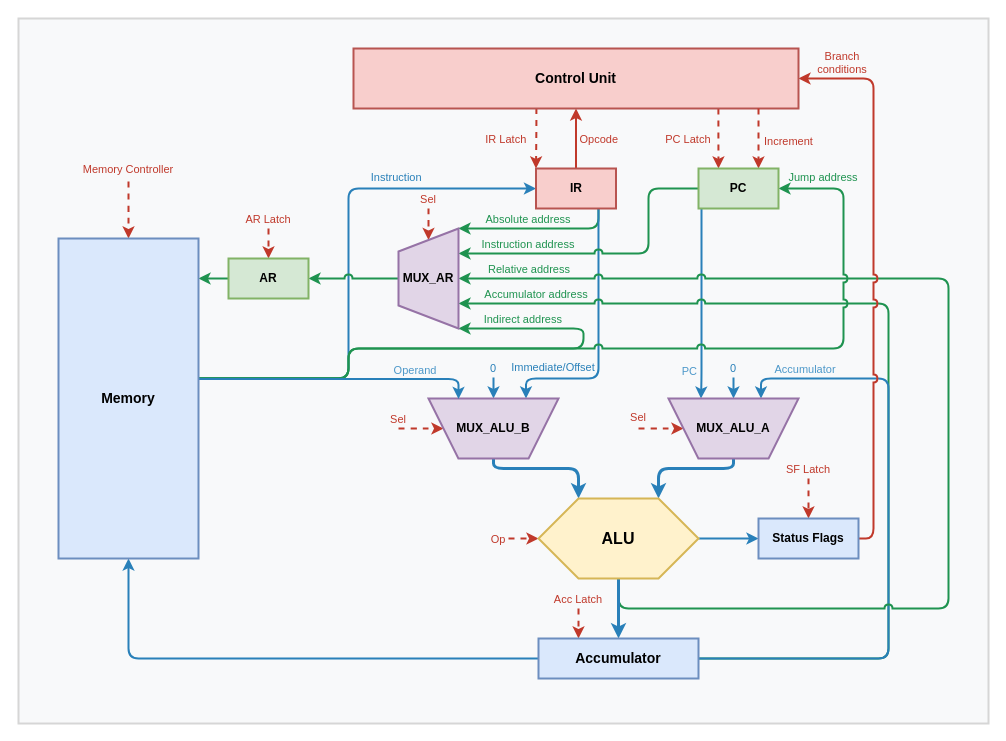
Above: src/csa-lab3-scheme.drawio in s4dnex/csa-lab3-scheme (draw.io), before the change. Source tidied: cells renumbered, new cells numbered last; positions are measured from the earlier drawing's top-left corner, leaving out a move shared by most shapes. Both pictures are drawn from the tidied source at 100%, with x=0, y=0 at pixel (18, 18).
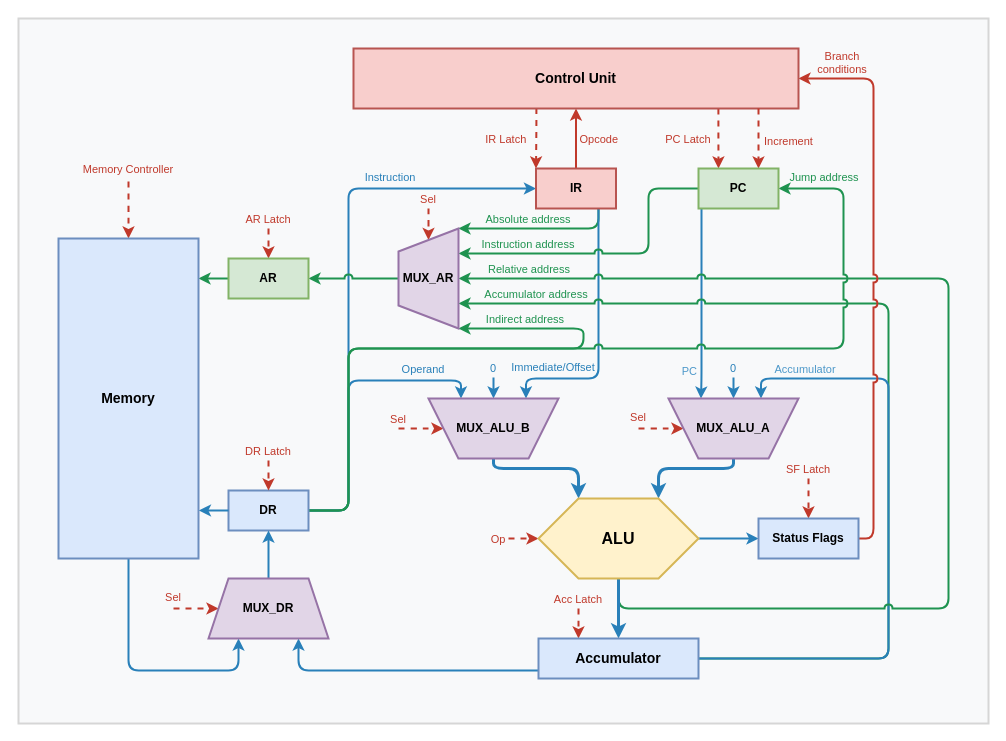
The same diagram, later.

Commit message (it also covers changes not shown here):
build: ♻️ restore data register

The change refers to these unchanged cells:
```xml
<mxCell id="34" value="Accumulator" style="whiteSpace=wrap;strokeWidth=2;fillColor=light-dark(#DAE8FC,#1D293B);strokeColor=#6C8EBF;fontColor=light-dark(#000000,#FFFFFF);fontStyle=1;fontSize=14;" parent="1" vertex="1">
  <mxGeometry x="520" y="620" width="160" height="40" as="geometry" />
</mxCell>
<mxCell id="38" value="&lt;span style=&quot;&quot;&gt;&lt;font style=&quot;color: light-dark(rgb(0, 0, 0), rgb(237, 237, 237));&quot;&gt;MUX_ALU_B&lt;/font&gt;&lt;/span&gt;" style="verticalLabelPosition=middle;verticalAlign=middle;html=1;shape=trapezoid;perimeter=trapezoidPerimeter;whiteSpace=wrap;size=0.23;arcSize=15;flipV=1;labelPosition=center;align=center;rounded=0;strokeColor=#9673a6;strokeWidth=2;fontFamily=Helvetica;fontSize=12;fontColor=light-dark(#000000,#EDEDED);fontStyle=1;fillColor=#e1d5e7;" parent="1" vertex="1">
  <mxGeometry x="410" y="380" width="130" height="60" as="geometry" />
</mxCell>
<mxCell id="44" value="Memory" style="whiteSpace=wrap;strokeWidth=2;fillColor=#DAE8FC;strokeColor=#6C8EBF;fontColor=#000000;fontStyle=1;fontSize=14;" parent="1" vertex="1">
  <mxGeometry x="40" y="220" width="140" height="320" as="geometry" />
</mxCell>
<mxCell id="45" value="PC" style="whiteSpace=wrap;strokeWidth=2;fillColor=#d5e8d4;strokeColor=#82b366;fontColor=#000000;fontStyle=1;" parent="1" vertex="1">
  <mxGeometry x="680" y="150" width="80" height="40" as="geometry" />
</mxCell>
<mxCell id="46" value="IR" style="whiteSpace=wrap;strokeWidth=2;fillColor=light-dark(#F8CECC,#512D2B);strokeColor=light-dark(#B85450,#D7817E);fontColor=light-dark(#000000,#FFFFFF);fontStyle=1;" parent="1" vertex="1">
  <mxGeometry x="517.5" y="150" width="80" height="40" as="geometry" />
</mxCell>
<mxCell id="47" value="MUX_AR" style="verticalLabelPosition=middle;verticalAlign=middle;html=1;shape=trapezoid;perimeter=trapezoidPerimeter;whiteSpace=wrap;size=0.23;arcSize=15;flipV=1;labelPosition=center;align=center;rounded=0;strokeColor=#9673a6;strokeWidth=2;fontFamily=Helvetica;fontSize=12;fontColor=default;fontStyle=1;fillColor=#e1d5e7;rotation=90;horizontal=0;" parent="1" vertex="1">
  <mxGeometry x="360" y="230" width="100" height="60" as="geometry" />
</mxCell>
```

Change to the diagram source:
```diff
@@
+    <mxCell id="48" value="Operand" style="edgeStyle=orthogonalEdgeStyle;rounded=1;strokeWidth=2;strokeColor=#2980b9;labelBackgroundColor=none;horizontal=1;labelPosition=center;verticalLabelPosition=top;align=center;verticalAlign=bottom;fontColor=#2980B9;spacing=4;exitX=1;exitY=0.5;exitDx=0;exitDy=0;entryX=0.25;entryY=0;entryDx=0;entryDy=0;" parent="1" edge="1" target="38">
+      <mxGeometry x="0.63" relative="1" as="geometry">
+        <mxPoint x="290" y="492" as="sourcePoint" />
+        <Array as="points">
+          <mxPoint x="330" y="492" />
+          <mxPoint x="330" y="362" />
+          <mxPoint x="442" y="362" />
+        </Array>
+      </mxGeometry>
+    </mxCell>
@@
-    <mxCell id="8" value="Instruction" style="edgeStyle=orthogonalEdgeStyle;rounded=1;strokeWidth=2;strokeColor=#2980b9;labelBackgroundColor=none;horizontal=1;labelPosition=center;verticalLabelPosition=top;align=center;verticalAlign=bottom;fontColor=#2980B9;spacing=4;exitX=1;exitY=0.437;exitDx=0;exitDy=0;exitPerimeter=0;" parent="1" edge="1" source="44" target="46">
+    <mxCell id="8" value="Instruction" style="edgeStyle=orthogonalEdgeStyle;rounded=1;strokeWidth=2;strokeColor=#2980b9;labelBackgroundColor=none;horizontal=1;labelPosition=center;verticalLabelPosition=top;align=center;verticalAlign=bottom;fontColor=#2980B9;spacing=4;exitX=1;exitY=0.5;exitDx=0;exitDy=0;" parent="1" edge="1" source="49" target="46">
       <mxGeometry x="0.47" relative="1" as="geometry">
         <Array as="points">
-          <mxPoint x="330" y="360" />
+          <mxPoint x="330" y="492" />
           <mxPoint x="330" y="170" />
         </Array>
       </mxGeometry>
     </mxCell>
@@
-    <mxCell id="14" value="Indirect address" style="edgeStyle=orthogonalEdgeStyle;rounded=1;strokeWidth=2;strokeColor=light-dark(#1F9350,#1F9350);labelBackgroundColor=none;verticalAlign=bottom;horizontal=1;labelPosition=center;verticalLabelPosition=top;align=center;fontColor=light-dark(#1F9350,#1F9350);spacing=4;jumpStyle=arc;entryX=1;entryY=0;entryDx=0;entryDy=0;exitX=1;exitY=0.437;exitDx=0;exitDy=0;exitPerimeter=0;" parent="1" edge="1" source="44" target="47">
+    <mxCell id="14" value="Indirect address" style="edgeStyle=orthogonalEdgeStyle;rounded=1;strokeWidth=2;strokeColor=light-dark(#1F9350,#1F9350);labelBackgroundColor=none;verticalAlign=bottom;horizontal=1;labelPosition=center;verticalLabelPosition=top;align=center;fontColor=light-dark(#1F9350,#1F9350);spacing=4;jumpStyle=arc;entryX=1;entryY=0;entryDx=0;entryDy=0;exitX=1;exitY=0.5;exitDx=0;exitDy=0;" parent="1" edge="1" source="49" target="47">
       <mxGeometry x="0.77" y="2" relative="1" as="geometry">
         <Array as="points">
-          <mxPoint x="330" y="360" />
+          <mxPoint x="330" y="492" />
           <mxPoint x="330" y="330" />
           <mxPoint x="565" y="330" />
           <mxPoint x="565" y="310" />
         </Array>
       </mxGeometry>
     </mxCell>
@@
-    <mxCell id="18" style="edgeStyle=orthogonalEdgeStyle;rounded=1;strokeWidth=2;strokeColor=#2980b9;labelBackgroundColor=#ffffff;entryX=0.5;entryY=1;entryDx=0;entryDy=0;" parent="1" edge="1" source="34" target="44">
+    <mxCell id="18" style="edgeStyle=orthogonalEdgeStyle;rounded=1;strokeWidth=2;strokeColor=#2980b9;labelBackgroundColor=#ffffff;entryX=0.75;entryY=1;entryDx=0;entryDy=0;" parent="1" edge="1" source="34" target="52">
       <mxGeometry x="-0.33" relative="1" as="geometry">
         <Array as="points">
-          <mxPoint x="110" y="640" />
+          <mxPoint x="280" y="652" />
         </Array>
       </mxGeometry>
     </mxCell>
@@
-    <mxCell id="42" value="Jump address" style="edgeStyle=orthogonalEdgeStyle;rounded=1;strokeWidth=2;strokeColor=#1F9350;labelBackgroundColor=none;verticalAlign=bottom;horizontal=1;labelPosition=center;verticalLabelPosition=top;align=center;fontColor=#1F9350;spacing=4;jumpStyle=arc;entryX=1;entryY=0.5;entryDx=0;entryDy=0;exitX=1;exitY=0.437;exitDx=0;exitDy=0;exitPerimeter=0;" parent="1" edge="1" target="45">
+    <mxCell id="42" value="Jump address" style="edgeStyle=orthogonalEdgeStyle;rounded=1;strokeWidth=2;strokeColor=#1F9350;labelBackgroundColor=none;verticalAlign=bottom;horizontal=1;labelPosition=center;verticalLabelPosition=top;align=center;fontColor=#1F9350;spacing=4;jumpStyle=arc;entryX=1;entryY=0.5;entryDx=0;entryDy=0;exitX=1;exitY=0.5;exitDx=0;exitDy=0;" parent="1" edge="1" source="49" target="45">
       <mxGeometry x="0.9" relative="1" as="geometry">
-        <mxPoint x="180" y="360" as="sourcePoint" />
         <Array as="points">
-          <mxPoint x="330" y="360" />
+          <mxPoint x="330" y="492" />
           <mxPoint x="330" y="330" />
           <mxPoint x="825" y="330" />
           <mxPoint x="825" y="170" />
         </Array>
       </mxGeometry>
     </mxCell>
-    <mxCell id="43" value="Operand" style="edgeStyle=orthogonalEdgeStyle;rounded=1;strokeWidth=2;strokeColor=#2980b9;labelBackgroundColor=none;horizontal=1;fontColor=light-dark(#4D98C9,#4D98C9);entryX=0.231;entryY=0.993;entryDx=0;entryDy=0;entryPerimeter=0;labelPosition=center;verticalLabelPosition=top;align=center;verticalAlign=bottom;exitX=1;exitY=0.439;exitDx=0;exitDy=0;exitPerimeter=0;" parent="1" edge="1" source="44" target="38">
-      <mxGeometry x="0.55" relative="1" as="geometry">
+    <mxCell id="43" style="edgeStyle=orthogonalEdgeStyle;rounded=1;strokeWidth=2;strokeColor=#2980b9;labelBackgroundColor=none;horizontal=1;fontColor=light-dark(#4D98C9,#4D98C9);entryX=0.25;entryY=1;entryDx=0;entryDy=0;labelPosition=center;verticalLabelPosition=top;align=center;verticalAlign=bottom;exitX=0.5;exitY=1;exitDx=0;exitDy=0;" parent="1" edge="1" source="44" target="52">
+      <mxGeometry x="0.24" relative="1" as="geometry">
         <Array as="points">
-          <mxPoint x="440" y="361" />
+          <mxPoint x="110" y="652" />
+          <mxPoint x="220" y="652" />
         </Array>
       </mxGeometry>
     </mxCell>
@@
+    <mxCell id="49" value="DR" style="whiteSpace=wrap;strokeWidth=2;fillColor=light-dark(#DAE8FC,#1D293B);strokeColor=#6C8EBF;fontColor=light-dark(#000000,#FFFFFF);fontStyle=1;align=center;verticalAlign=middle;fontFamily=Helvetica;fontSize=12;" parent="1" vertex="1">
+      <mxGeometry x="210" y="472" width="80" height="40" as="geometry" />
+    </mxCell>
+    <mxCell id="50" value="Sel" style="edgeStyle=orthogonalEdgeStyle;rounded=1;dashed=1;strokeWidth=2;strokeColor=#c0392b;fontColor=#c0392b;fontSize=11;labelBackgroundColor=none;labelPosition=center;verticalLabelPosition=top;align=center;verticalAlign=bottom;spacing=4;entryX=0;entryY=0.5;entryDx=0;entryDy=0;" parent="1" edge="1" target="52">
+      <mxGeometry x="-1" relative="1" as="geometry">
+        <mxPoint x="155" y="590" as="sourcePoint" />
+        <Array as="points">
+          <mxPoint x="155" y="590" />
+        </Array>
+      </mxGeometry>
+    </mxCell>
+    <mxCell id="51" style="edgeStyle=none;html=1;exitX=0.5;exitY=0;exitDx=0;exitDy=0;entryX=0.5;entryY=1;entryDx=0;entryDy=0;rounded=1;strokeColor=#2980b9;strokeWidth=2;align=center;verticalAlign=middle;fontFamily=Helvetica;fontSize=11;fontColor=default;labelBackgroundColor=#ffffff;endArrow=classic;" parent="1" edge="1" source="52" target="49">
+      <mxGeometry relative="1" as="geometry" />
+    </mxCell>
+    <mxCell id="52" value="MUX_DR" style="shape=trapezoid;perimeter=trapezoidPerimeter;whiteSpace=wrap;html=1;fixedSize=1;rounded=0;strokeColor=#9673a6;strokeWidth=2;align=center;verticalAlign=middle;arcSize=15;fontFamily=Helvetica;fontSize=12;fontColor=light-dark(#000000,#EDEDED);fontStyle=1;fillColor=#e1d5e7;" parent="1" vertex="1">
+      <mxGeometry x="190" y="560" width="120" height="60" as="geometry" />
+    </mxCell>
+    <mxCell id="53" value="DR Latch" style="edgeStyle=orthogonalEdgeStyle;rounded=1;dashed=1;strokeWidth=2;strokeColor=#c0392b;fontColor=#c0392b;fontSize=11;labelBackgroundColor=none;entryX=0.5;entryY=0;entryDx=0;entryDy=0;" parent="1" edge="1" target="49">
+      <mxGeometry x="-1" y="-10" relative="1" as="geometry">
+        <mxPoint x="250" y="442" as="sourcePoint" />
+        <Array as="points">
+          <mxPoint x="250" y="442" />
+        </Array>
+        <mxPoint x="10" y="-10" as="offset" />
+      </mxGeometry>
+    </mxCell>
+    <mxCell id="54" style="edgeStyle=none;html=1;exitX=0;exitY=0.5;exitDx=0;exitDy=0;entryX=1.003;entryY=0.85;entryDx=0;entryDy=0;entryPerimeter=0;rounded=1;strokeColor=#2980b9;strokeWidth=2;align=center;verticalAlign=middle;fontFamily=Helvetica;fontSize=11;fontColor=default;labelBackgroundColor=#ffffff;endArrow=classic;" parent="1" edge="1" source="49" target="44">
+      <mxGeometry relative="1" as="geometry" />
+    </mxCell>
```
